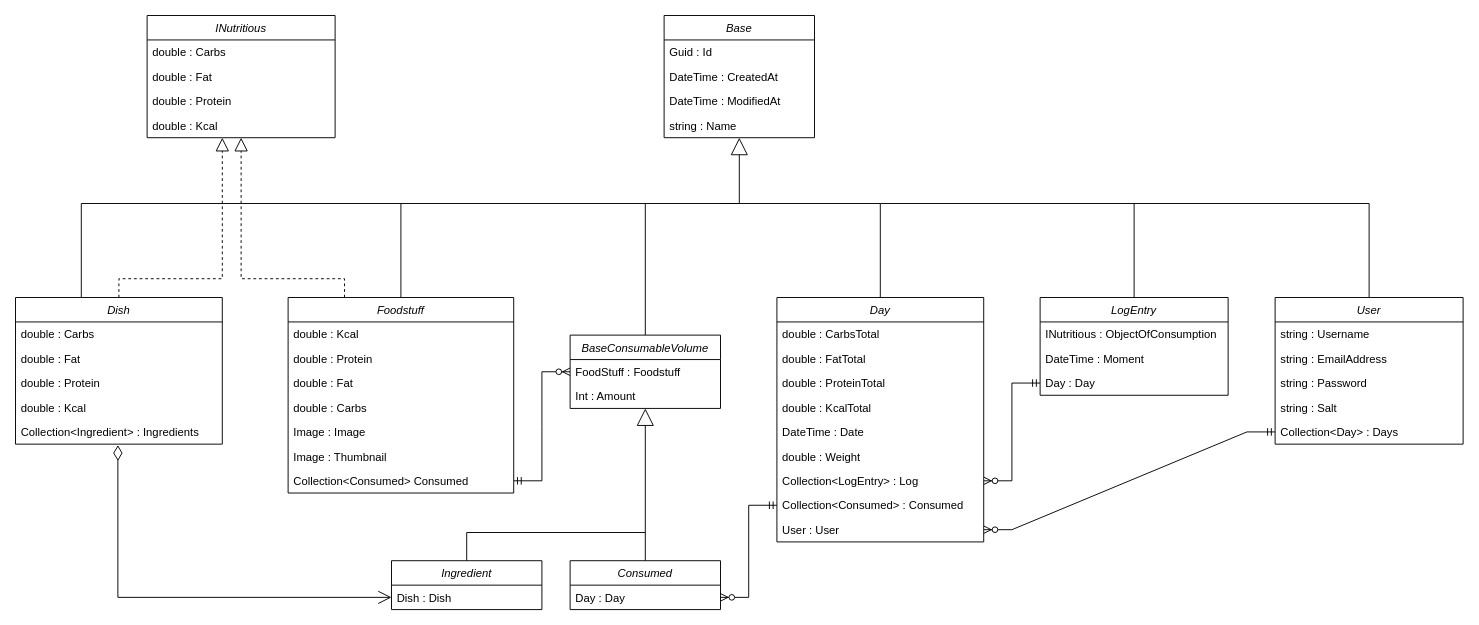
Above: NutrientTreckerRelations.drawio in NytraOG/NutrientTrecker.Blazor (draw.io), before the change. Source tidied: cells renumbered, new cells numbered last; positions are measured from the earlier drawing's top-left corner, leaving out a move shared by most shapes. Both pictures are drawn from the tidied source at 94%, with x=0, y=0 at pixel (15, 15).
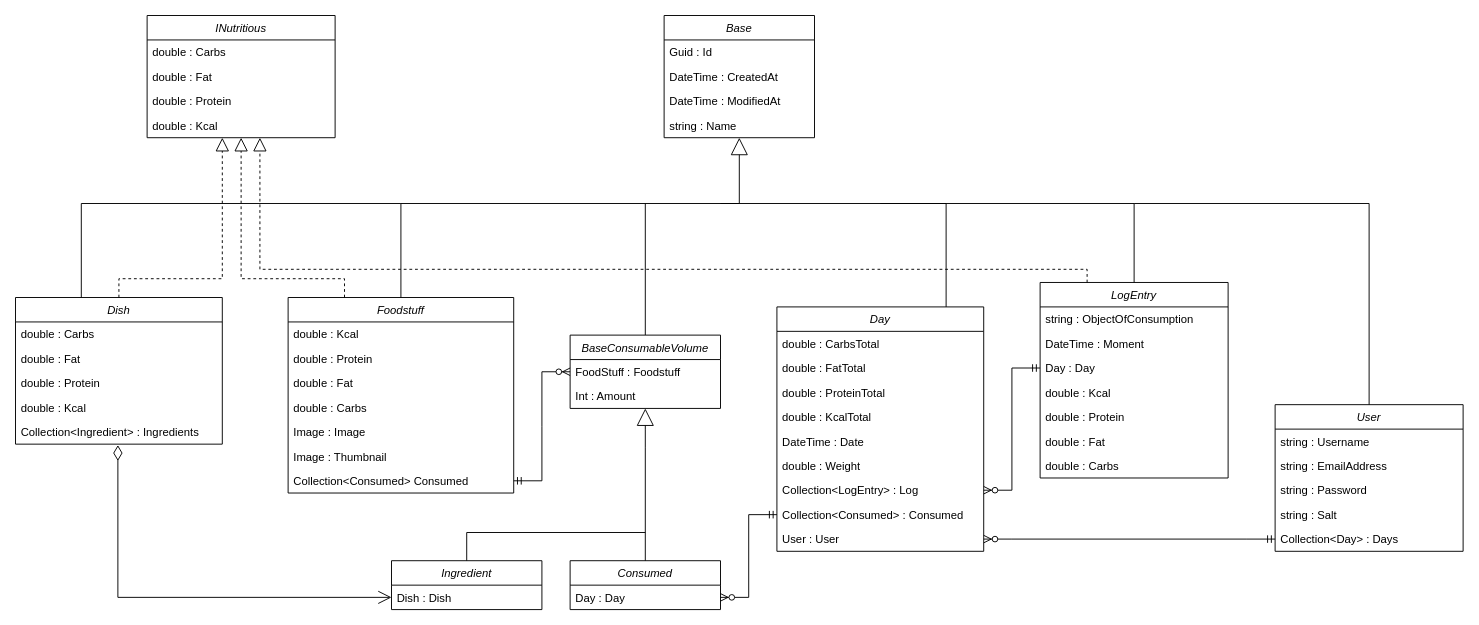
The same diagram, later.

The edit, as a diff of the source:
```diff
@@
     <mxCell id="21" value="Day" style="swimlane;fontStyle=2;align=center;verticalAlign=top;horizontal=1;startSize=26;rounded=0;shadow=0;strokeWidth=1;" parent="1" vertex="1">
-      <mxGeometry x="810" y="300" width="220" height="260" as="geometry" />
+      <mxGeometry x="810" y="310" width="220" height="260" as="geometry" />
     </mxCell>
@@
-    <mxCell id="33" style="endArrow=none;html=1;rounded=0;entryX=0.5;entryY=0;entryDx=0;entryDy=0;" parent="1" edge="1" target="21">
+    <mxCell id="33" style="endArrow=none;html=1;rounded=0;" parent="1" edge="1">
       <mxGeometry relative="1" as="geometry">
         <mxPoint x="750" y="200" as="sourcePoint" />
+        <mxPoint x="990" y="310" as="targetPoint" />
         <Array as="points">
-          <mxPoint x="920" y="200" />
+          <mxPoint x="990" y="200" />
         </Array>
       </mxGeometry>
     </mxCell>
@@
     <mxCell id="54" value="LogEntry" style="swimlane;fontStyle=2;align=center;verticalAlign=top;horizontal=1;startSize=26;rounded=0;shadow=0;strokeWidth=1;" parent="1" vertex="1">
-      <mxGeometry x="1090" y="300" width="200" height="104" as="geometry" />
+      <mxGeometry x="1090" y="284" width="200" height="208" as="geometry" />
     </mxCell>
-    <mxCell id="55" value="INutritious : ObjectOfConsumption" style="text;align=left;verticalAlign=top;spacingLeft=4;spacingRight=4;overflow=hidden;rounded=0;shadow=0;html=0;" parent="54" vertex="1">
+    <mxCell id="55" value="string : ObjectOfConsumption" style="text;align=left;verticalAlign=top;spacingLeft=4;spacingRight=4;overflow=hidden;rounded=0;shadow=0;html=0;" parent="54" vertex="1">
       <mxGeometry y="26" width="200" height="26" as="geometry" />
     </mxCell>
@@
+    <mxCell id="68" value="double : Kcal" style="text;align=left;verticalAlign=top;spacingLeft=4;spacingRight=4;overflow=hidden;" parent="54" vertex="1">
+      <mxGeometry y="104" width="200" height="26" as="geometry" />
+    </mxCell>
+    <mxCell id="69" value="double : Protein" style="text;align=left;verticalAlign=top;spacingLeft=4;spacingRight=4;overflow=hidden;rounded=0;shadow=0;html=0;" parent="54" vertex="1">
+      <mxGeometry y="130" width="200" height="26" as="geometry" />
+    </mxCell>
+    <mxCell id="70" value="double : Fat" style="text;align=left;verticalAlign=top;spacingLeft=4;spacingRight=4;overflow=hidden;rounded=0;shadow=0;html=0;" parent="54" vertex="1">
+      <mxGeometry y="156" width="200" height="26" as="geometry" />
+    </mxCell>
+    <mxCell id="71" value="double : Carbs" style="text;align=left;verticalAlign=top;spacingLeft=4;spacingRight=4;overflow=hidden;rounded=0;shadow=0;html=0;" parent="54" vertex="1">
+      <mxGeometry y="182" width="200" height="26" as="geometry" />
+    </mxCell>
@@
     <mxCell id="60" value="User" style="swimlane;fontStyle=2;align=center;verticalAlign=top;horizontal=1;startSize=26;rounded=0;shadow=0;strokeWidth=1;" parent="1" vertex="1">
-      <mxGeometry x="1340" y="300" width="200" height="156" as="geometry" />
+      <mxGeometry x="1340" y="414" width="200" height="156" as="geometry" />
     </mxCell>
@@
+    <mxCell id="72" style="endArrow=block;dashed=1;endFill=0;endSize=12;html=1;rounded=0;exitX=0.25;exitY=0;exitDx=0;exitDy=0;" parent="1" edge="1" source="54">
+      <mxGeometry relative="1" as="geometry">
+        <mxPoint x="260" y="130" as="targetPoint" />
+        <Array as="points">
+          <mxPoint x="1140" y="270" />
+          <mxPoint x="260" y="270" />
+        </Array>
+      </mxGeometry>
+    </mxCell>
```
